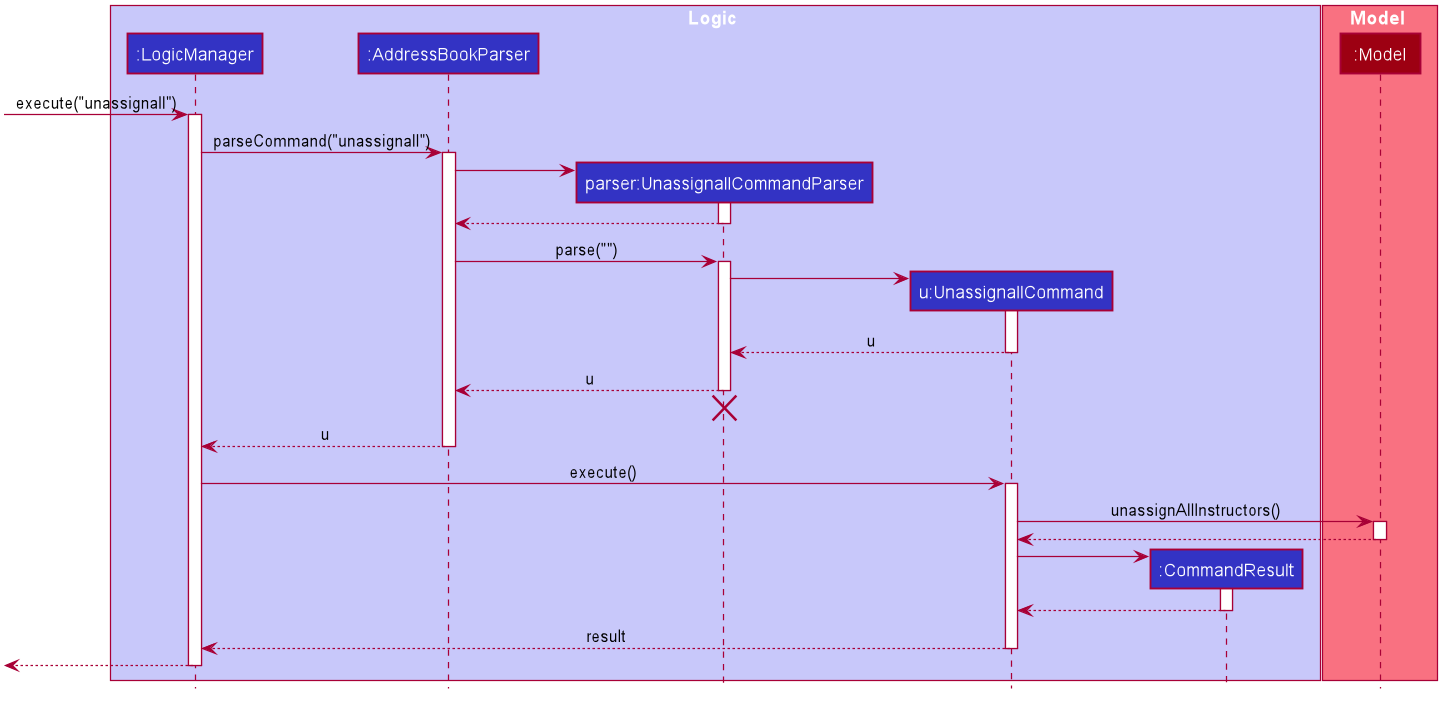
The PlantUML diagram docs/images/UnassignallSequenceDiagram.png in nus-cs2103-AY2021S1/tp, before a commit. Source of this version:
```plantuml
@startuml








skinparam BackgroundColor #FFFFFFF

skinparam Shadowing false

skinparam Class {
    FontColor #FFFFFF
    BorderThickness 1
    BorderColor #FFFFFF
    StereotypeFontColor #FFFFFF
    FontName Arial
}

skinparam Actor {
    BorderColor #000000
    Color #000000
    FontName Arial
}

skinparam Sequence {
    MessageAlign center
    BoxFontSize 15
    BoxPadding 0
    BoxFontColor #FFFFFF
    FontName Arial
}

skinparam Participant {
    FontColor #FFFFFFF
    Padding 20
}

skinparam MinClassWidth 50
skinparam ParticipantPadding 10
skinparam Shadowing false
skinparam DefaultTextAlignment center
skinparam packageStyle Rectangle

hide footbox
hide members
hide circle

box Logic #C8C8FA
participant ":LogicManager" as LogicManager #3333C4
participant ":AddressBookParser" as AddressBookParser #3333C4
participant "parser:UnassignallCommandParser" as UnassignallCommandParser #3333C4
participant "u:UnassignallCommand" as UnassignallCommand #3333C4
participant ":CommandResult" as CommandResult #3333C4
end box

box Model #F97181
participant ":Model" as Model #9D0012
end box

[-> LogicManager : execute("unassignall")
activate LogicManager

LogicManager -> AddressBookParser : parseCommand("unassignall")
activate AddressBookParser

create UnassignallCommandParser
AddressBookParser -> UnassignallCommandParser
activate UnassignallCommandParser

UnassignallCommandParser --> AddressBookParser
deactivate UnassignallCommandParser

AddressBookParser -> UnassignallCommandParser : parse("")
activate UnassignallCommandParser

create UnassignallCommand

UnassignallCommandParser -> UnassignallCommand
activate UnassignallCommand

UnassignallCommand  --> UnassignallCommandParser : u
deactivate UnassignallCommand

UnassignallCommandParser --> AddressBookParser : u
deactivate UnassignallCommandParser
UnassignallCommandParser -[hidden]-> AddressBookParser
destroy UnassignallCommandParser

AddressBookParser --> LogicManager : u
deactivate AddressBookParser

LogicManager -> UnassignallCommand  : execute()
activate UnassignallCommand

UnassignallCommand  -> Model : unassignAllInstructors()

activate Model

Model --> UnassignallCommand

deactivate Model

create CommandResult
UnassignallCommand  -> CommandResult
activate CommandResult

CommandResult --> UnassignallCommand
deactivate CommandResult

UnassignallCommand  --> LogicManager : result
deactivate UnassignallCommand

[<--LogicManager
deactivate LogicManager
@enduml
```
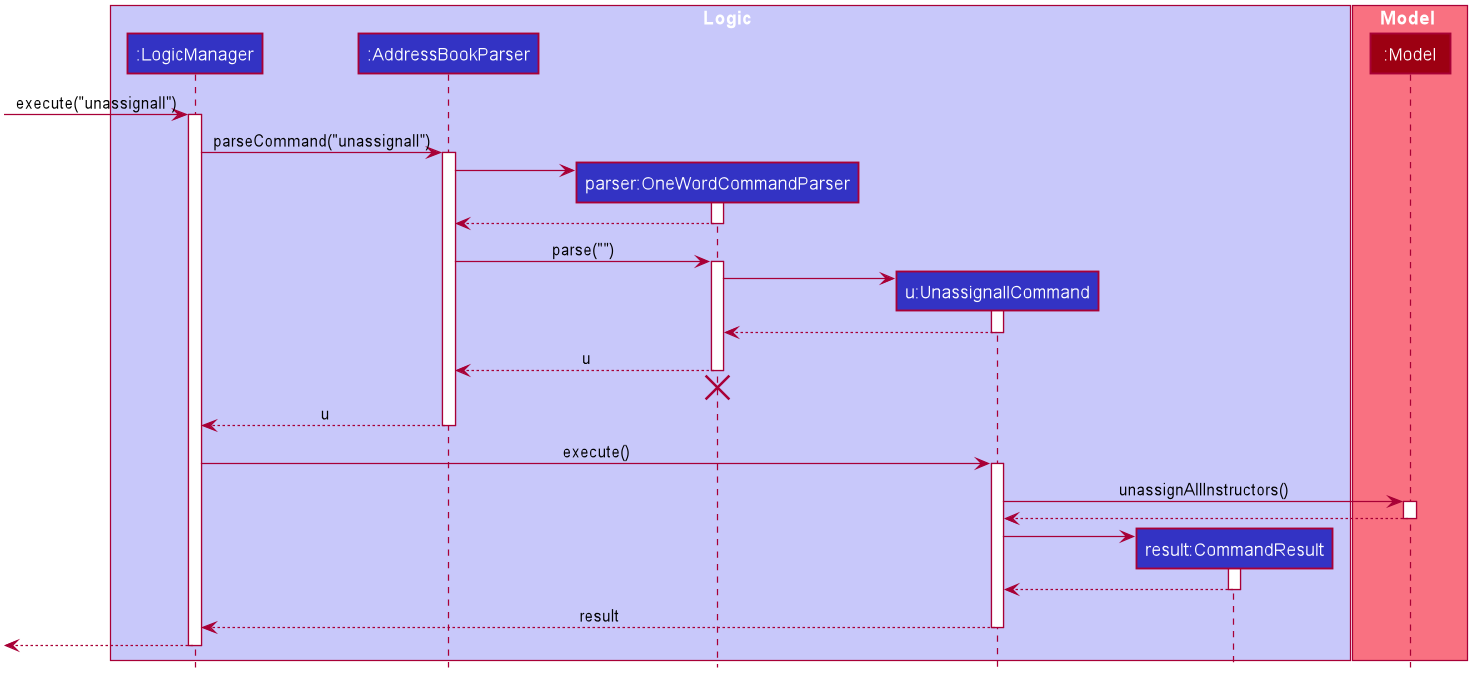
The same file after the commit.

Commit message:
Update sequence diagrams

The edit, as a diff of the source:
```diff
@@ -51,9 +51,9 @@
 box Logic #C8C8FA
 participant ":LogicManager" as LogicManager #3333C4
 participant ":AddressBookParser" as AddressBookParser #3333C4
-participant "parser:UnassignallCommandParser" as UnassignallCommandParser #3333C4
+participant "parser:OneWordCommandParser" as OneWordCommandParser #3333C4
 participant "u:UnassignallCommand" as UnassignallCommand #3333C4
-participant ":CommandResult" as CommandResult #3333C4
+participant "result:CommandResult" as CommandResult #3333C4
 end box
 
 box Model #F97181
@@ -66,28 +66,28 @@
 LogicManager -> AddressBookParser : parseCommand("unassignall")
 activate AddressBookParser
 
-create UnassignallCommandParser
-AddressBookParser -> UnassignallCommandParser
-activate UnassignallCommandParser
+create OneWordCommandParser
+AddressBookParser -> OneWordCommandParser
+activate OneWordCommandParser
 
-UnassignallCommandParser --> AddressBookParser
-deactivate UnassignallCommandParser
+OneWordCommandParser --> AddressBookParser
+deactivate OneWordCommandParser
 
-AddressBookParser -> UnassignallCommandParser : parse("")
-activate UnassignallCommandParser
+AddressBookParser -> OneWordCommandParser : parse("")
+activate OneWordCommandParser
 
 create UnassignallCommand
 
-UnassignallCommandParser -> UnassignallCommand
+OneWordCommandParser -> UnassignallCommand
 activate UnassignallCommand
 
-UnassignallCommand  --> UnassignallCommandParser : u
+UnassignallCommand  --> OneWordCommandParser
 deactivate UnassignallCommand
 
-UnassignallCommandParser --> AddressBookParser : u
-deactivate UnassignallCommandParser
-UnassignallCommandParser -[hidden]-> AddressBookParser
-destroy UnassignallCommandParser
+OneWordCommandParser --> AddressBookParser : u
+deactivate OneWordCommandParser
+OneWordCommandParser -[hidden]-> AddressBookParser
+destroy OneWordCommandParser
 
 AddressBookParser --> LogicManager : u
 deactivate AddressBookParser
```
